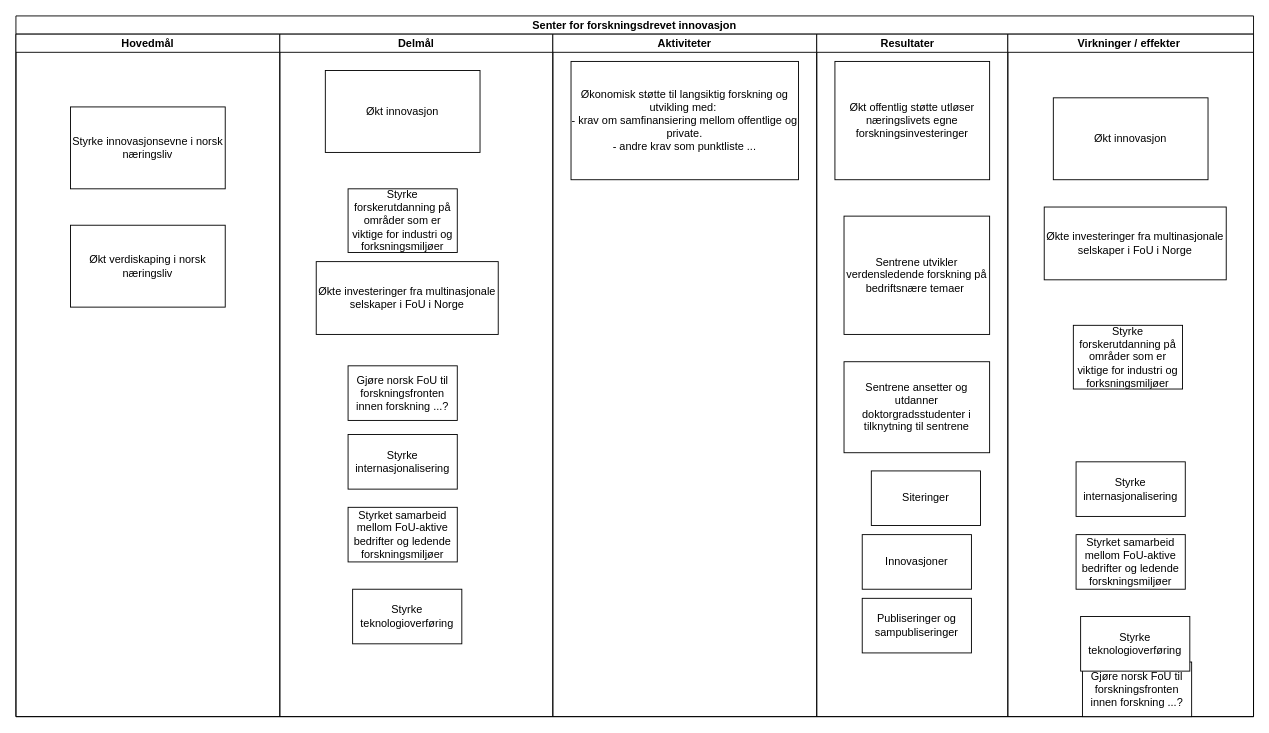
This is SFI_effektdiagram.drawio from gardenberg/drawio_tegninger, a draw.io file, before an edit. Source tidied: cells renumbered, new cells numbered last; positions are measured from the earlier drawing's top-left corner, leaving out a move shared by most shapes. Both pictures are drawn from the tidied source at 91%, with x=0, y=0 at pixel (15, 15).
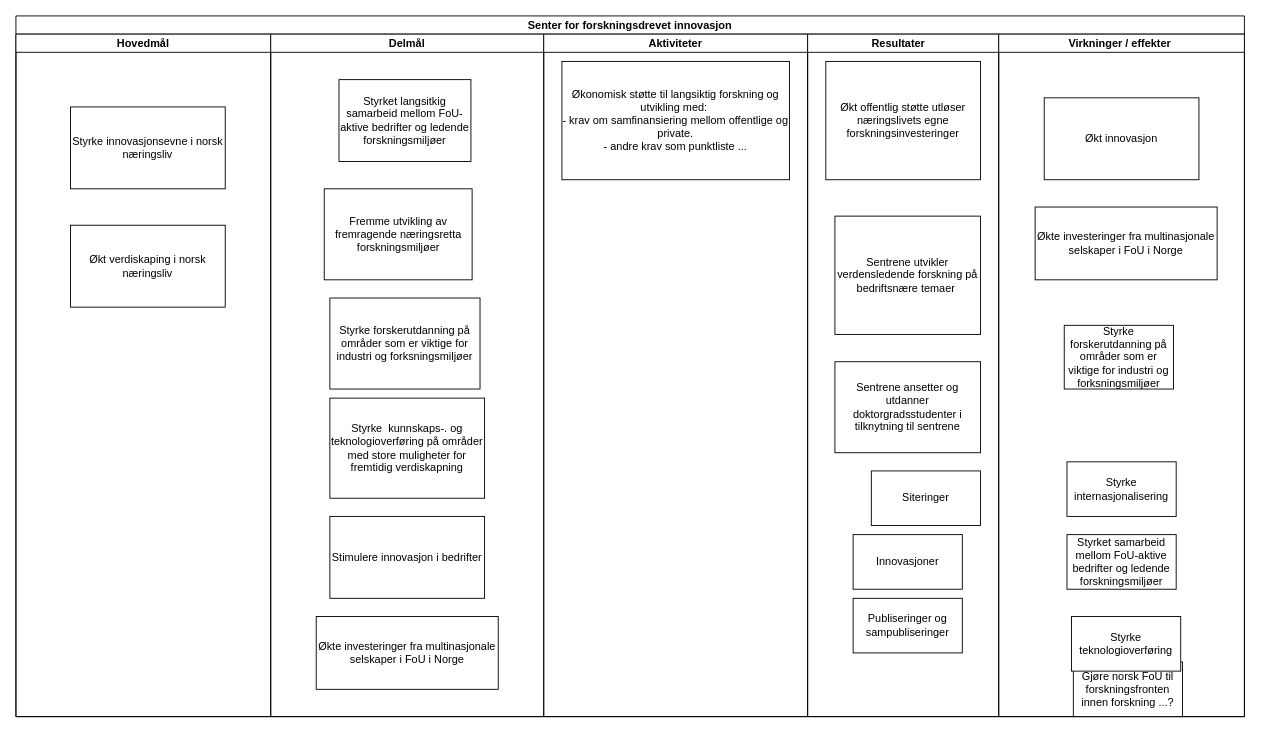
After the change.

Diff of the diagram source:
```diff
@@
     <mxCell id="2" value="Senter for forskningsdrevet innovasjon" style="swimlane;startSize=20;" parent="1" vertex="1">
-      <mxGeometry width="1360" height="770" as="geometry" />
+      <mxGeometry width="1350" height="770" as="geometry" />
     </mxCell>
     <mxCell id="3" value="Hovedmål" style="swimlane;startSize=20;" parent="2" vertex="1">
-      <mxGeometry y="20" width="290" height="750" as="geometry" />
+      <mxGeometry y="20" width="280" height="750" as="geometry" />
     </mxCell>
@@
     <mxCell id="6" value="Delmål" style="swimlane;startSize=20;" parent="2" vertex="1">
-      <mxGeometry x="290" y="20" width="300" height="750" as="geometry" />
+      <mxGeometry x="280" y="20" width="300" height="750" as="geometry" />
     </mxCell>
-    <mxCell id="7" value="Økt innovasjon" style="whiteSpace=wrap;html=1;" parent="6" vertex="1">
-      <mxGeometry x="50" y="40" width="170" height="90" as="geometry" />
-    </mxCell>
     <mxCell id="8" value="Styrke forskerutdanning på områder som er viktige for industri og forksningsmiljøer" style="whiteSpace=wrap;html=1;" parent="6" vertex="1">
-      <mxGeometry x="75" y="170" width="120" height="70" as="geometry" />
+      <mxGeometry x="65" y="290" width="165" height="100" as="geometry" />
     </mxCell>
     <mxCell id="9" value="Økte investeringer fra multinasjonale selskaper i FoU i Norge" style="whiteSpace=wrap;html=1;" parent="6" vertex="1">
-      <mxGeometry x="40" y="250" width="200" height="80" as="geometry" />
+      <mxGeometry x="50" y="640" width="200" height="80" as="geometry" />
     </mxCell>
-    <mxCell id="10" value="Gjøre norsk FoU til forskningsfronten innen forskning ...?" style="whiteSpace=wrap;html=1;" parent="6" vertex="1">
-      <mxGeometry x="75" y="364.5" width="120" height="60" as="geometry" />
+    <mxCell id="10" value="Fremme utvikling av fremragende næringsretta forskningsmiljøer" style="whiteSpace=wrap;html=1;" parent="6" vertex="1">
+      <mxGeometry x="58.8" y="170" width="162.5" height="100" as="geometry" />
     </mxCell>
-    <mxCell id="11" value="Styrke internasjonalisering" style="whiteSpace=wrap;html=1;" parent="6" vertex="1">
-      <mxGeometry x="75" y="440" width="120" height="60" as="geometry" />
-    </mxCell>
-    <mxCell id="12" value="Styrket samarbeid mellom FoU-aktive bedrifter og ledende forskningsmiljøer" style="whiteSpace=wrap;html=1;" parent="6" vertex="1">
-      <mxGeometry x="75" y="520" width="120" height="60" as="geometry" />
+    <mxCell id="12" value="Styrket langsitkig samarbeid mellom FoU-aktive bedrifter og ledende forskningsmiljøer" style="whiteSpace=wrap;html=1;" parent="6" vertex="1">
+      <mxGeometry x="75" y="50" width="145" height="90" as="geometry" />
     </mxCell>
-    <mxCell id="13" value="Styrke teknologioverføring" style="whiteSpace=wrap;html=1;" parent="6" vertex="1">
-      <mxGeometry x="80" y="610" width="120" height="60" as="geometry" />
+    <mxCell id="13" value="Styrke&amp;nbsp; kunnskaps-. og teknologioverføring på områder med store muligheter for fremtidig verdiskapning&lt;br&gt;" style="whiteSpace=wrap;html=1;" parent="6" vertex="1">
+      <mxGeometry x="65" y="400" width="170" height="110" as="geometry" />
     </mxCell>
+    <mxCell id="7" value="Stimulere innovasjon i bedrifter" style="whiteSpace=wrap;html=1;" parent="6" vertex="1">
+      <mxGeometry x="65" y="530" width="170" height="90" as="geometry" />
+    </mxCell>
@@
     <mxCell id="15" value="Aktiviteter" style="swimlane;startSize=20;" parent="2" vertex="1">
-      <mxGeometry x="590" y="20" width="290" height="750" as="geometry" />
+      <mxGeometry x="580" y="20" width="290" height="750" as="geometry" />
     </mxCell>
@@
     <mxCell id="17" value="Resultater   " style="swimlane;startSize=20;" parent="2" vertex="1">
-      <mxGeometry x="880" y="20" width="210" height="750" as="geometry" />
+      <mxGeometry x="870" y="20" width="210" height="750" as="geometry" />
     </mxCell>
@@
     <mxCell id="23" value="Virkninger / effekter " style="swimlane;startSize=20;" parent="2" vertex="1">
-      <mxGeometry x="1090" y="20" width="270" height="750" as="geometry" />
+      <mxGeometry x="1080" y="20" width="270" height="750" as="geometry" />
     </mxCell>
```
